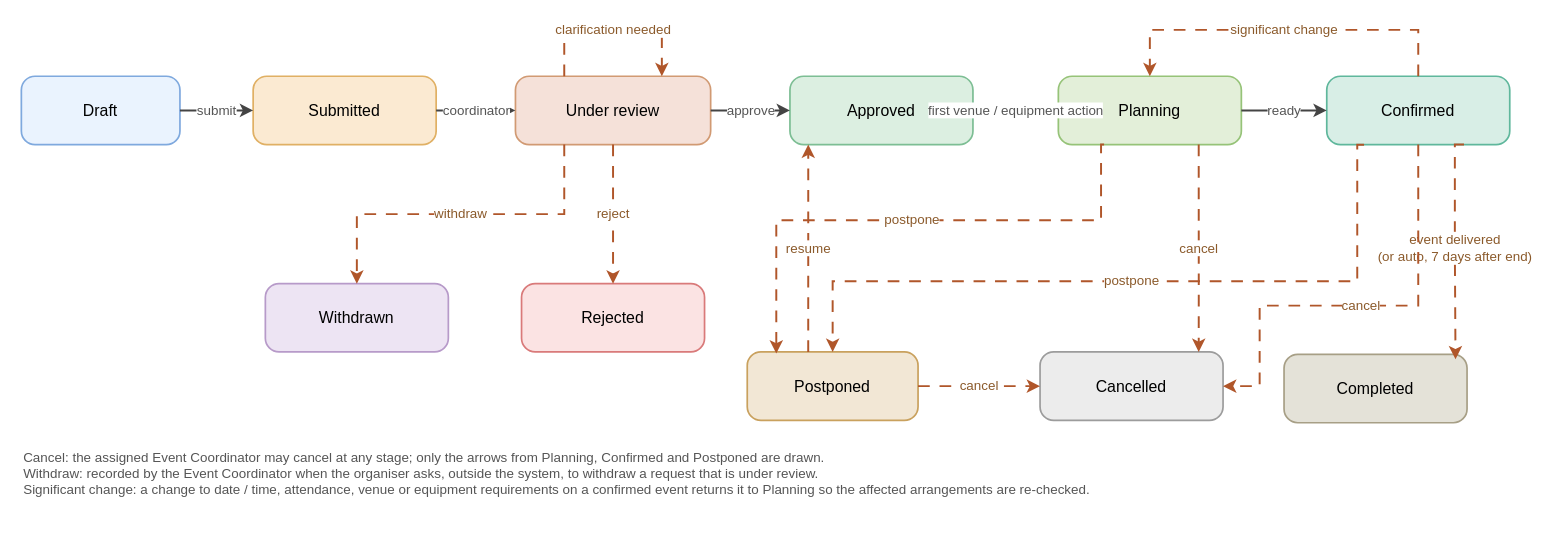
The draw.io diagram docs/ConnectSphere_Status_Lifecycle.drawio in kchoongg/IS212, before the edit. Source tidied: cells renumbered, new cells numbered last; positions are measured from the earlier drawing's top-left corner, leaving out a move shared by most shapes. Both pictures are drawn from the tidied source at 122%, with x=0, y=0 at pixel (21, 29).
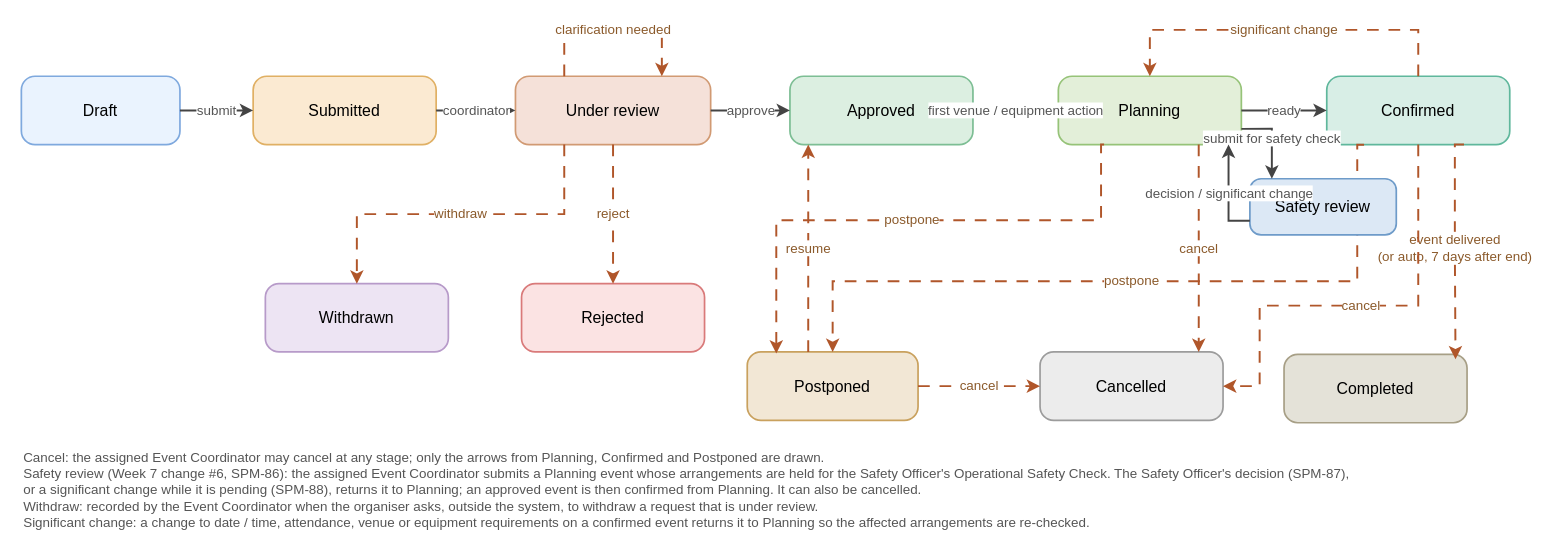
After the change.

The change refers to these unchanged cells:
```xml
<mxCell id="7" value="Planning" style="rounded=1;arcSize=20;whiteSpace=wrap;html=1;fontSize=13;strokeWidth=1.4;fillColor=#E3EFD9;strokeColor=#96C378;" parent="1" vertex="1">
  <mxGeometry x="850" y="38" width="150" height="56" as="geometry" />
</mxCell>
```

Diff of the diagram source:
```diff
@@
-    <mxCell id="13" value="Cancel: the assigned Event Coordinator may cancel at any stage; only the arrows from Planning, Confirmed and Postponed are drawn.&#10;Withdraw: recorded by the Event Coordinator when the organiser asks, outside the system, to withdraw a request that is under review.&#10;Significant change: a change to date / time, attendance, venue or equipment requirements on a confirmed event returns it to Planning so the affected arrangements are re-checked." style="text;html=1;whiteSpace=wrap;align=left;verticalAlign=top;fontSize=11;fontColor=#555555;strokeColor=none;fillColor=none;" parent="1" vertex="1">
+    <mxCell id="13" value="Cancel: the assigned Event Coordinator may cancel at any stage; only the arrows from Planning, Confirmed and Postponed are drawn.&#10;Safety review (Week 7 change #6, SPM-86): the assigned Event Coordinator submits a Planning event whose arrangements are held for the Safety Officer's Operational Safety Check. The Safety Officer's decision (SPM-87), or a significant change while it is pending (SPM-88), returns it to Planning; an approved event is then confirmed from Planning. It can also be cancelled.&#10;Withdraw: recorded by the Event Coordinator when the organiser asks, outside the system, to withdraw a request that is under review.&#10;Significant change: a change to date / time, attendance, venue or equipment requirements on a confirmed event returns it to Planning so the affected arrangements are re-checked." style="text;html=1;whiteSpace=wrap;align=left;verticalAlign=top;fontSize=11;fontColor=#555555;strokeColor=none;fillColor=none;" parent="1" vertex="1">
       <mxGeometry y="338" width="1100" height="60" as="geometry" />
     </mxCell>
@@
+    <mxCell id="30" value="Safety review" style="rounded=1;arcSize=20;whiteSpace=wrap;html=1;fontSize=13;strokeWidth=1.4;fillColor=#DCE8F5;strokeColor=#6E9BC9;" parent="1" vertex="1">
+      <mxGeometry x="1007" y="122" width="120" height="46" as="geometry" />
+    </mxCell>
+    <mxCell id="31" value="submit for safety check" style="edgeStyle=orthogonalEdgeStyle;rounded=0;html=1;strokeColor=#444444;strokeWidth=1.6;fontSize=11;fontColor=#555555;jettySize=auto;exitX=1;exitY=0.77;exitDx=0;exitDy=0;entryX=0.15;entryY=0;entryDx=0;entryDy=0;" parent="1" edge="1" source="7" target="30">
+      <mxGeometry relative="1" as="geometry">
+        <Array as="points">
+          <mxPoint x="1025" y="81" />
+        </Array>
+      </mxGeometry>
+    </mxCell>
+    <mxCell id="32" value="decision / significant change" style="edgeStyle=orthogonalEdgeStyle;rounded=0;html=1;strokeColor=#444444;strokeWidth=1.6;fontSize=11;fontColor=#555555;jettySize=auto;exitX=0;exitY=0.75;exitDx=0;exitDy=0;entryX=0.93;entryY=1;entryDx=0;entryDy=0;" parent="1" edge="1" source="30" target="7">
+      <mxGeometry relative="1" as="geometry">
+        <Array as="points">
+          <mxPoint x="990" y="156" />
+        </Array>
+      </mxGeometry>
+    </mxCell>
```
